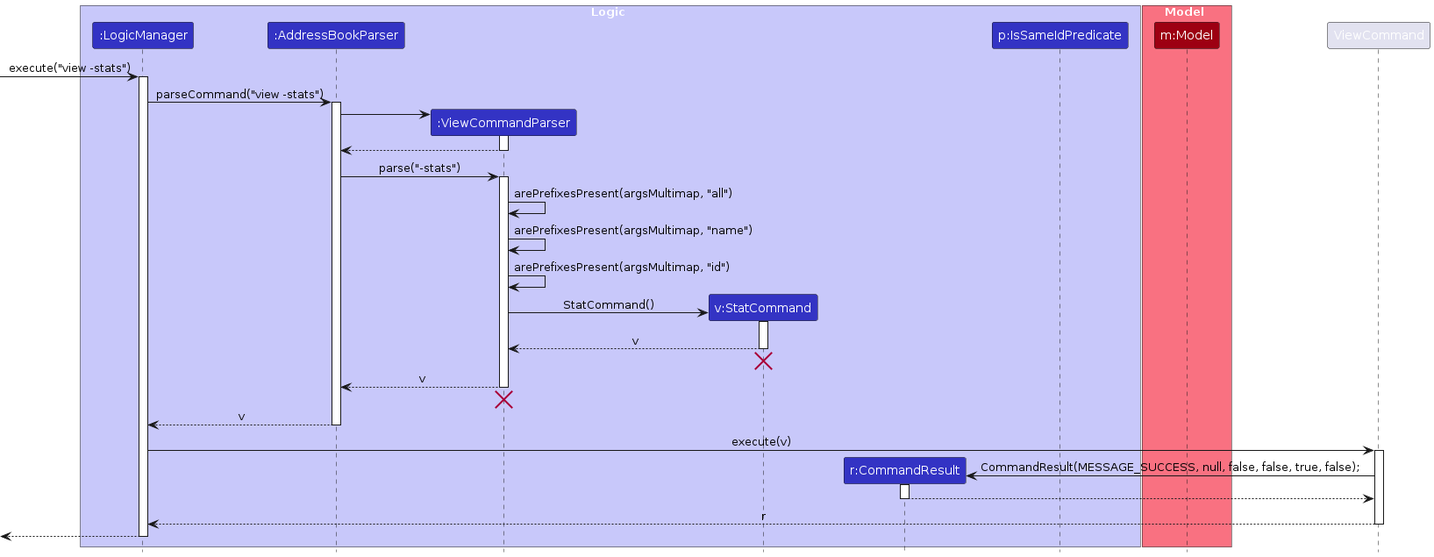
MarcusGitty/tp keeps this PlantUML diagram as diagrams/ViewParserSequenceDiagram2.png. Above is the earlier version. Its source is kept beside it as diagrams/ViewParserSequenceDiagram2.puml.
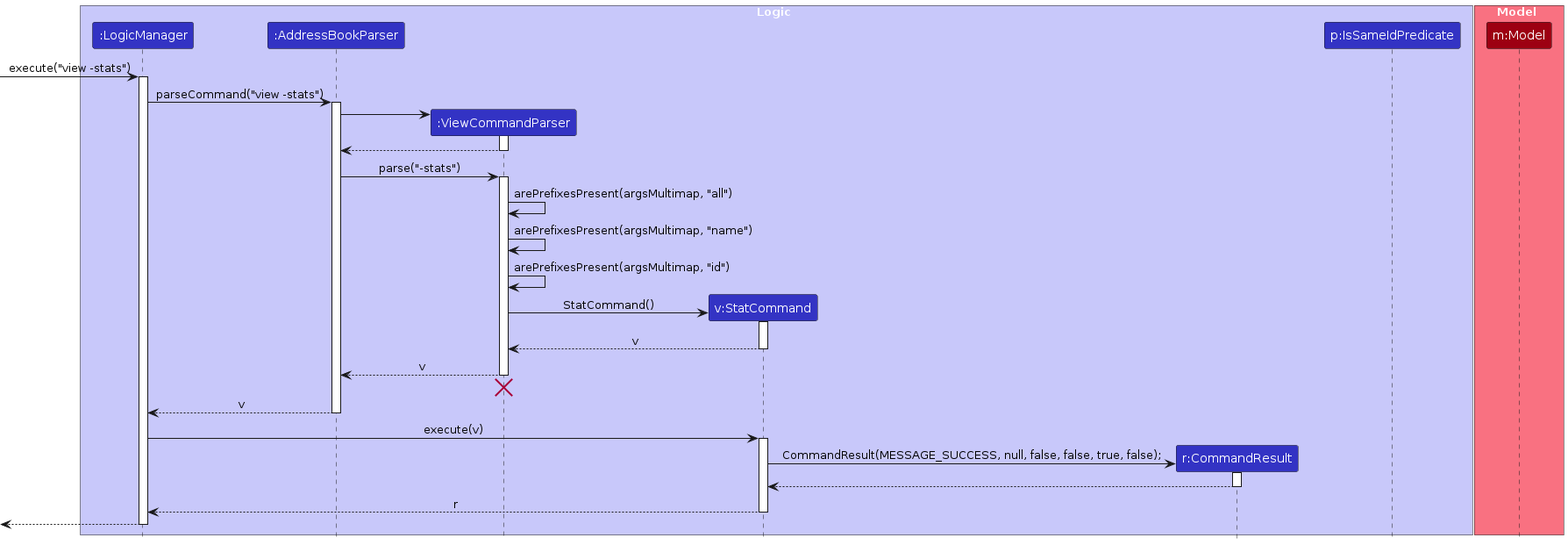
Later version of the same file.

Change to the diagram source:
```diff
@@ -43,8 +43,7 @@
 
 StatCommand -->  ViewCommandParser : v
 deactivate StatCommand
-ViewCommandParser -[hidden]-> AddressBookParser
-destroy StatCommand
+
 
 ViewCommandParser --> AddressBookParser : v
 deactivate ViewCommandParser
@@ -54,18 +53,18 @@
 AddressBookParser --> LogicManager : v
 deactivate AddressBookParser
 
-LogicManager -> ViewCommand : execute(v)
-activate ViewCommand
+LogicManager -> StatCommand : execute(v)
+activate StatCommand
 
 create CommandResult
-ViewCommand -> CommandResult : CommandResult(MESSAGE_SUCCESS, null, false, false, true, false);
+StatCommand -> CommandResult : CommandResult(MESSAGE_SUCCESS, null, false, false, true, false);
 activate CommandResult
 
-CommandResult --> ViewCommand
+CommandResult --> StatCommand
 deactivate CommandResult
 
-ViewCommand --> LogicManager : r
-deactivate ViewCommand
+StatCommand --> LogicManager : r
+deactivate StatCommand
 
 [<--LogicManager
 deactivate LogicManager
```
